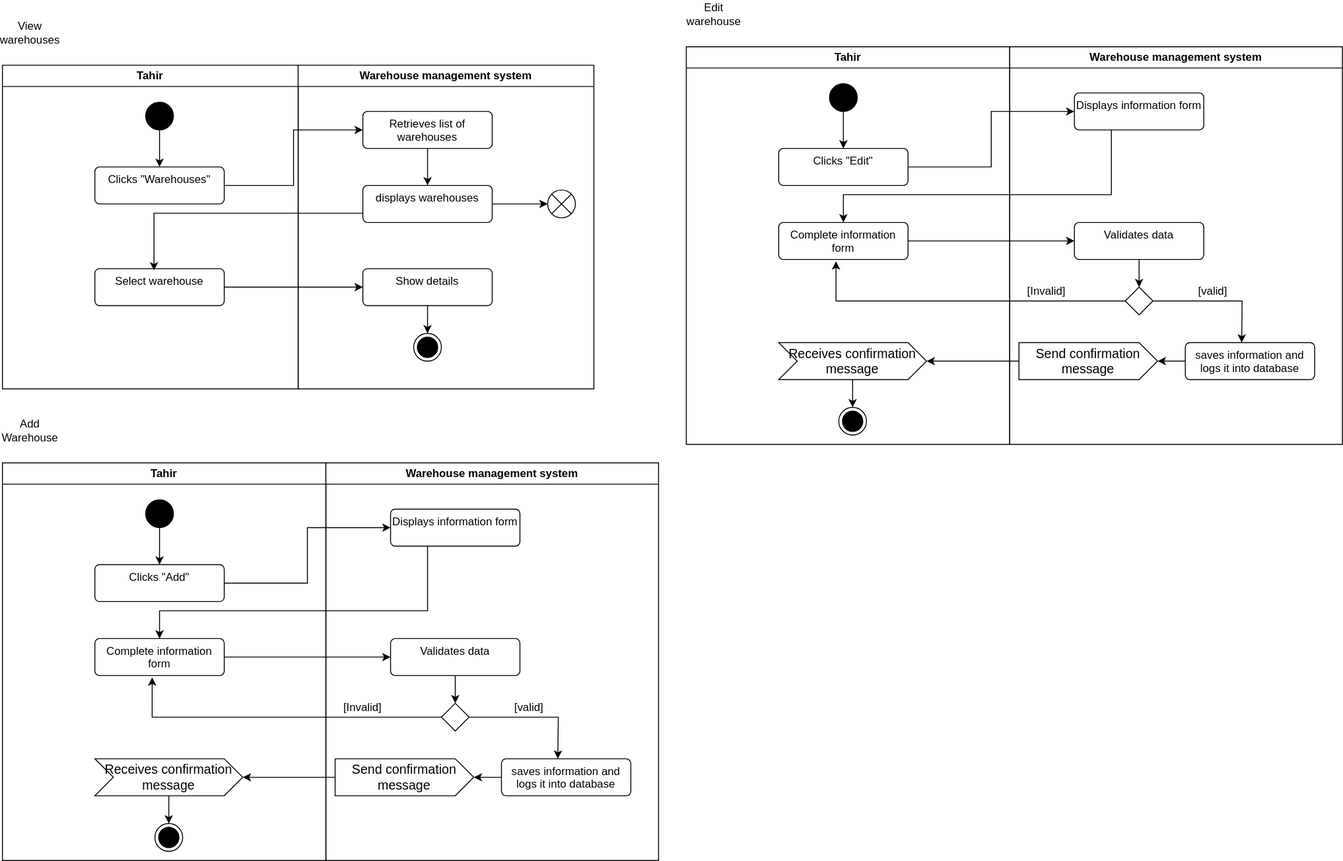
This is warehouse_act.svg from Simamkele88/IFM3_GP, a draw.io export, as it was before one commit. Source tidied: cells renumbered, new cells last; positions are measured from the earlier drawing's top-left corner, leaving out a move shared by most shapes.
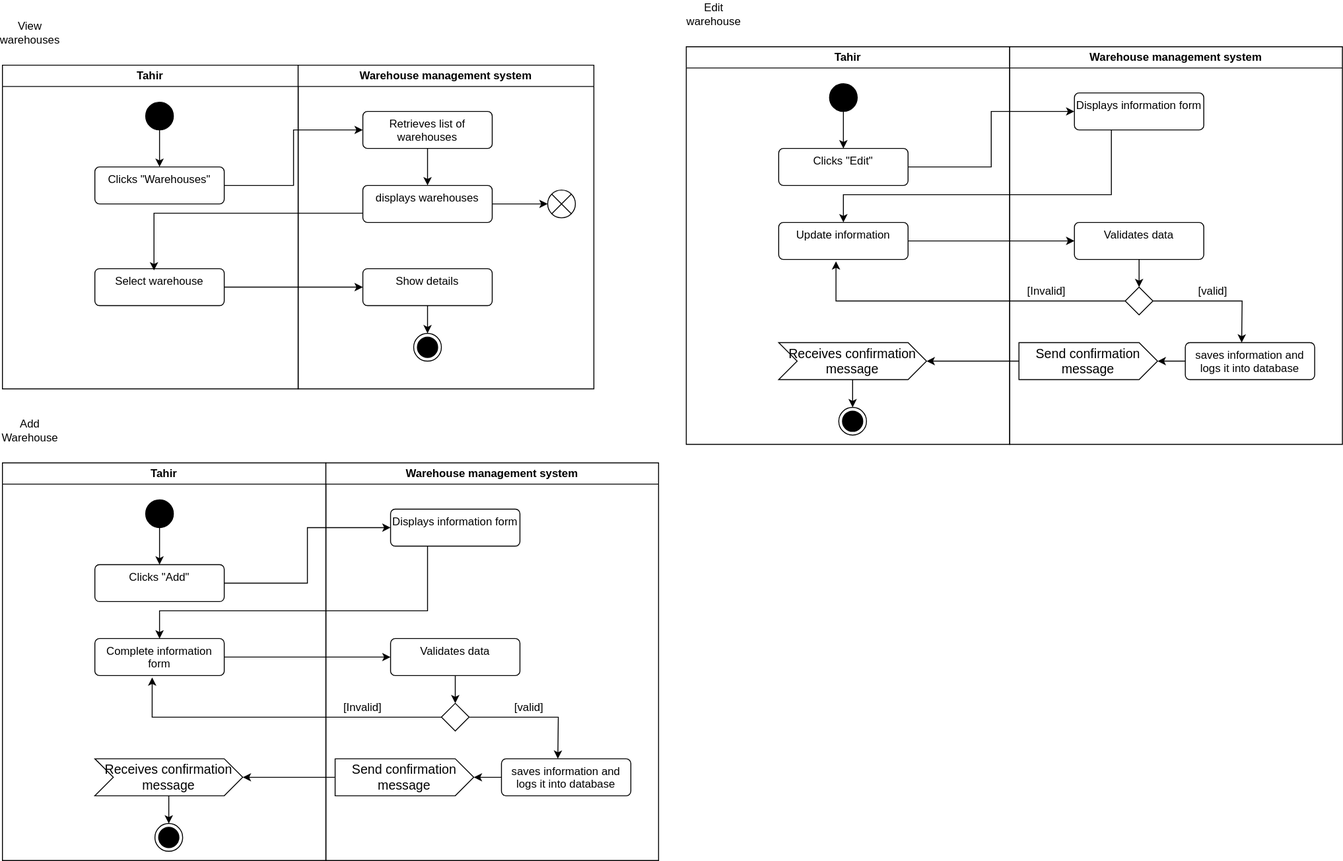
The same file after the commit.

Change to the diagram source:
```diff
@@ -160,7 +160,7 @@
     <mxCell id="50" value="Clicks &quot;Edit&quot;" style="html=1;align=center;verticalAlign=top;rounded=1;absoluteArcSize=1;arcSize=10;dashed=0;whiteSpace=wrap;" parent="47" vertex="1">
       <mxGeometry x="100" y="110" width="140" height="40" as="geometry" />
     </mxCell>
-    <mxCell id="51" value="Complete information form" style="html=1;align=center;verticalAlign=top;rounded=1;absoluteArcSize=1;arcSize=10;dashed=0;whiteSpace=wrap;" parent="47" vertex="1">
+    <mxCell id="51" value="Update information" style="html=1;align=center;verticalAlign=top;rounded=1;absoluteArcSize=1;arcSize=10;dashed=0;whiteSpace=wrap;" parent="47" vertex="1">
       <mxGeometry x="100" y="190" width="140" height="40" as="geometry" />
     </mxCell>
     <mxCell id="52" style="edgeStyle=orthogonalEdgeStyle;rounded=0;jettySize=auto;html=1;" parent="47" edge="1" source="53" target="54">
```
